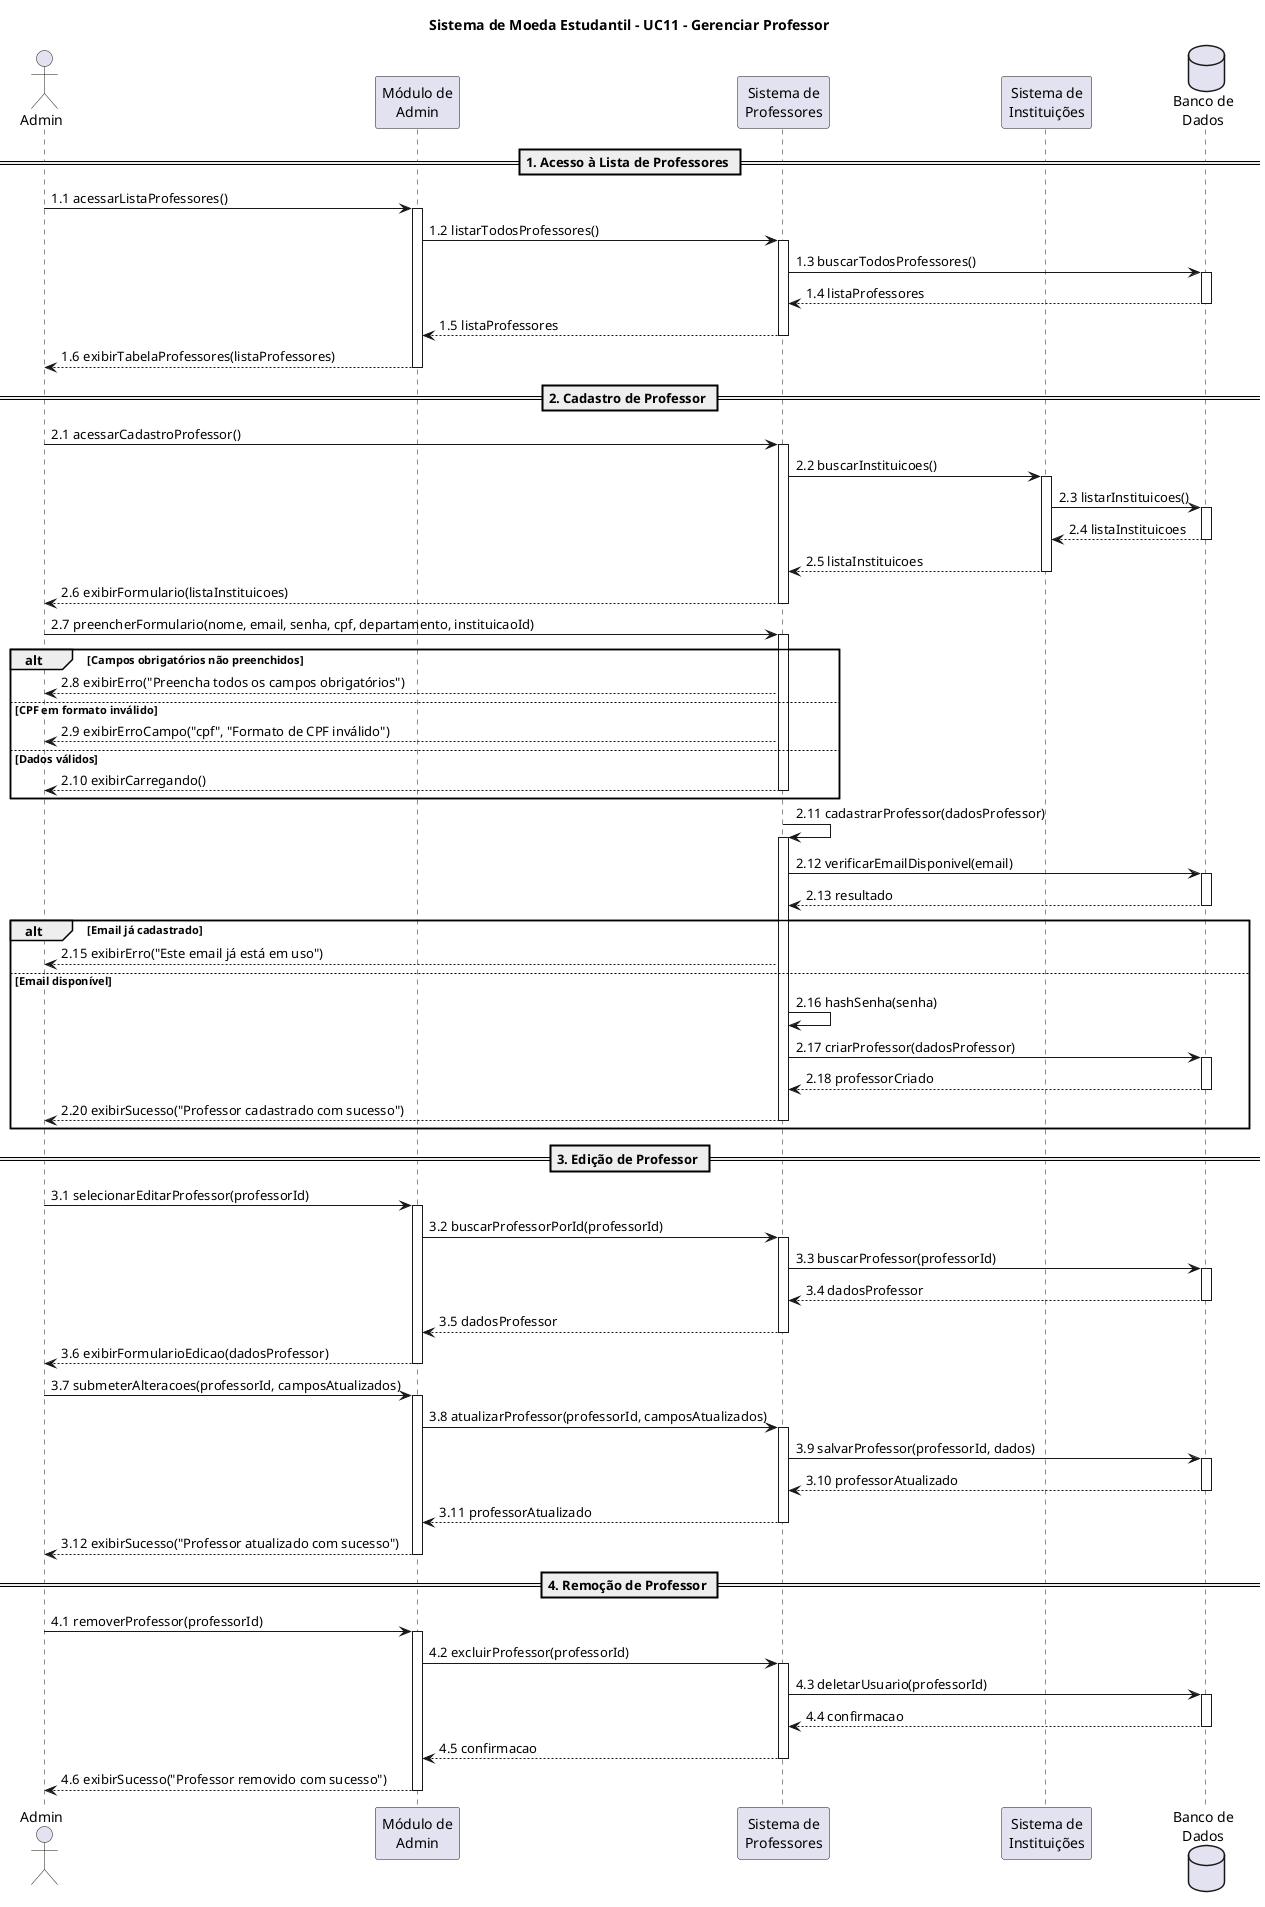
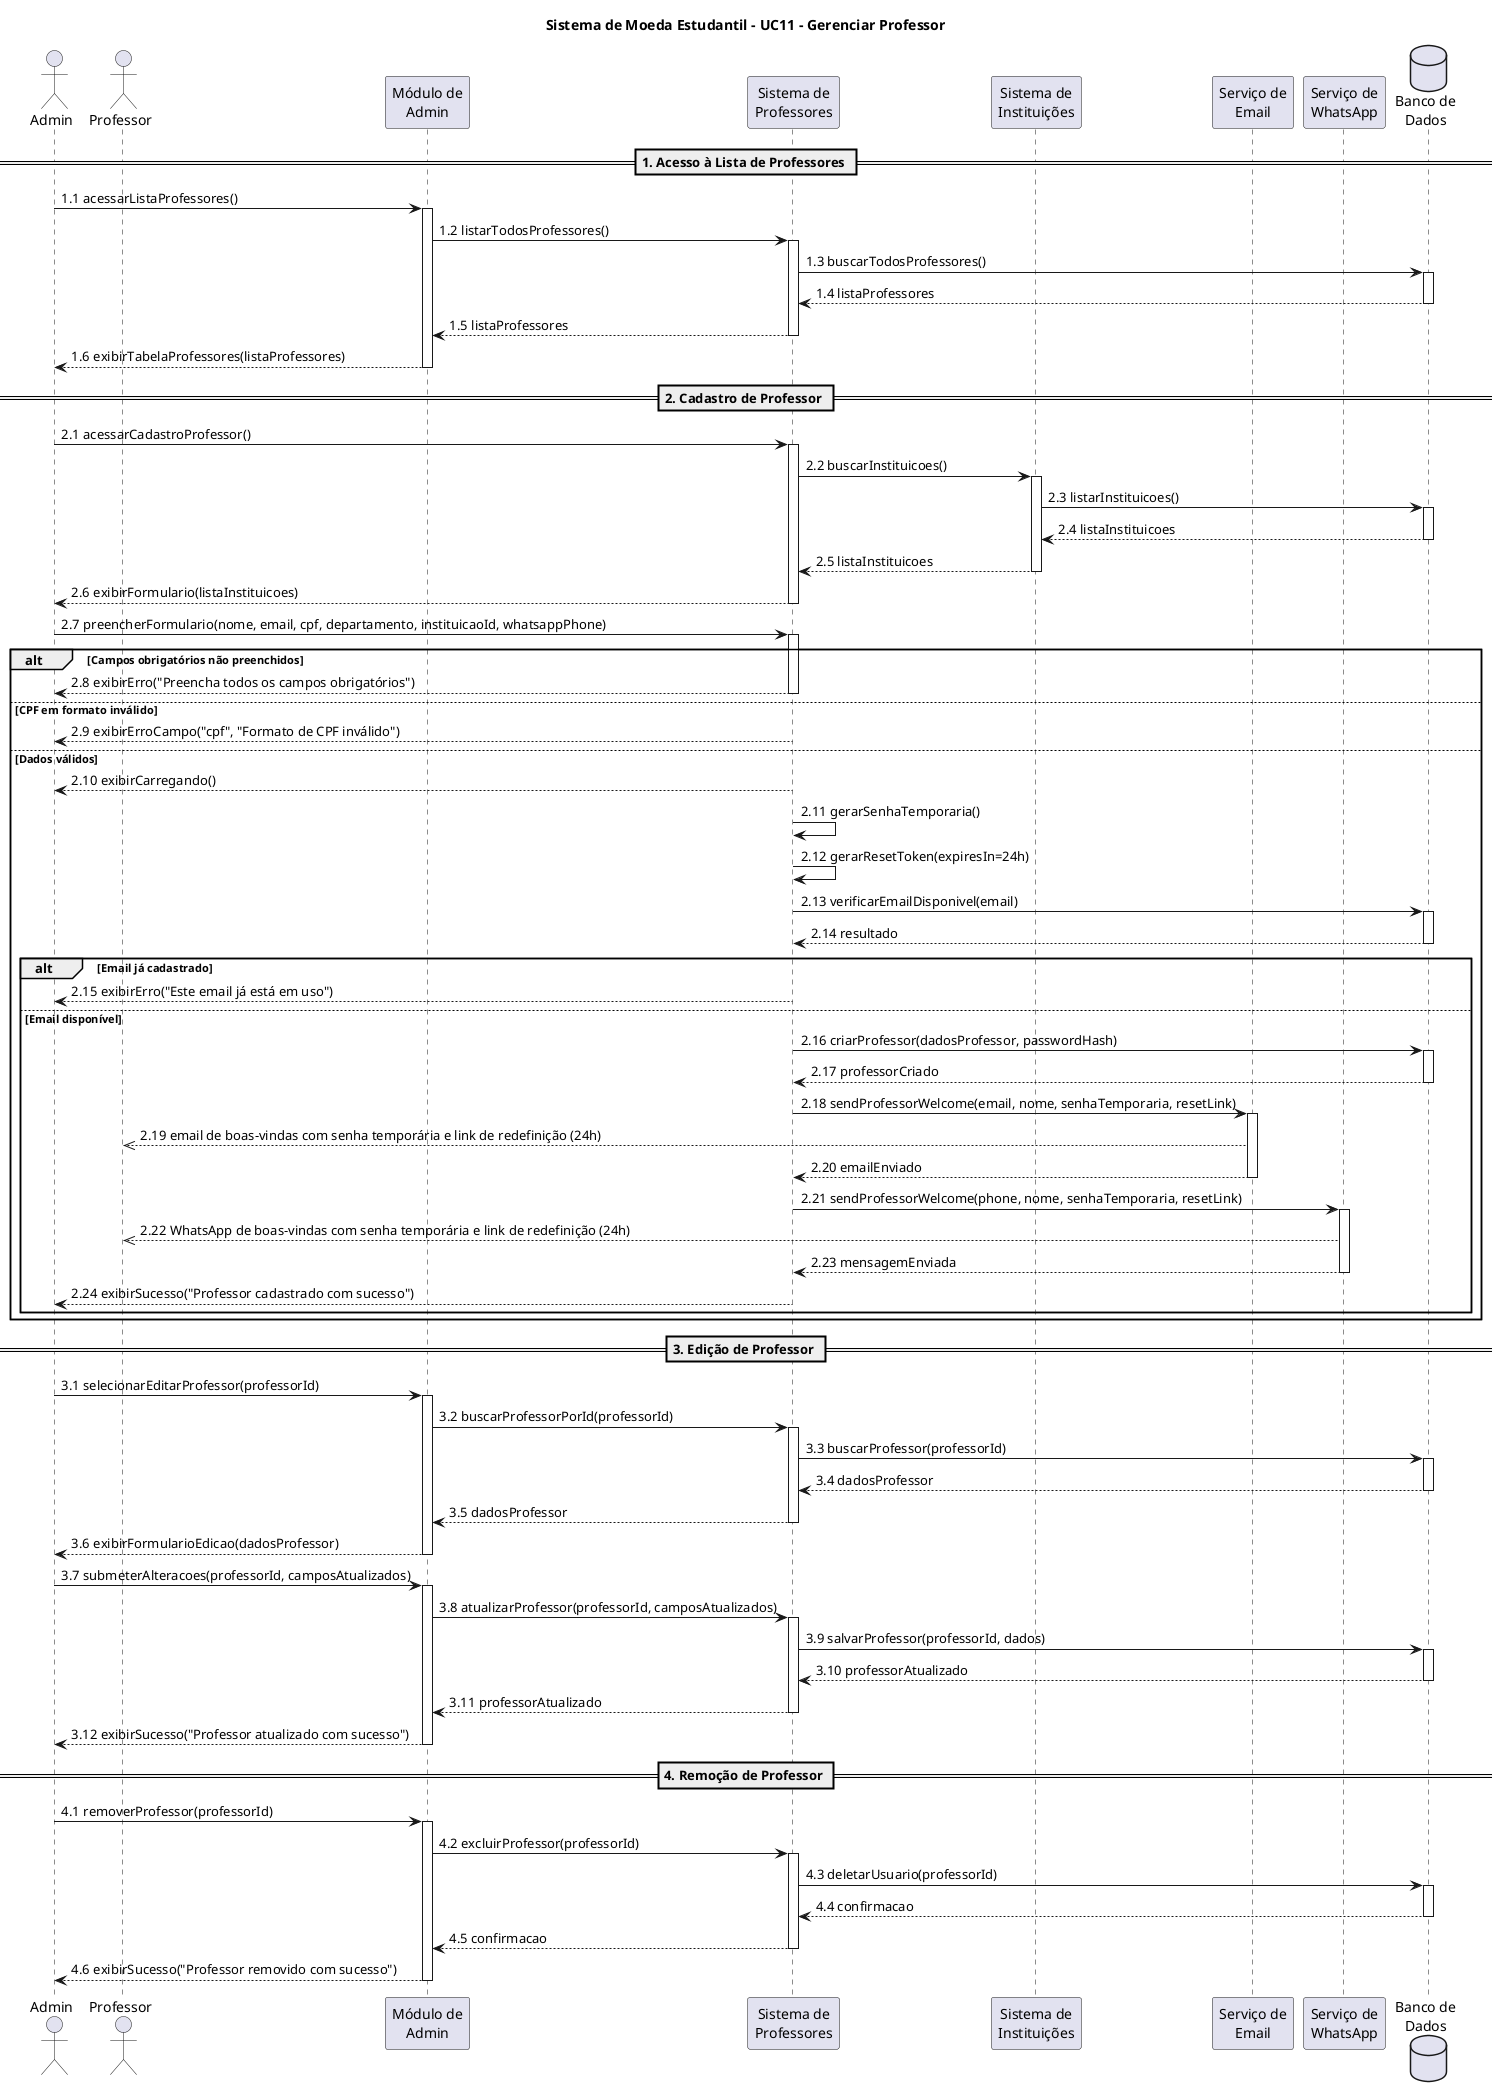
@startuml UC11-GerenciarProfessor
title Sistema de Moeda Estudantil - UC11 - Gerenciar Professor

actor "Admin" as ADM
+ actor "Professor" as PROF
participant "Módulo de\nAdmin" as MA
participant "Sistema de\nProfessores" as SP
participant "Sistema de\nInstituições" as SI
+ participant "Serviço de\nEmail" as SE
+ participant "Serviço de\nWhatsApp" as WA
database "Banco de\nDados" as BD

== 1. Acesso à Lista de Professores ==

ADM -> MA: 1.1 acessarListaProfessores()
activate MA
MA -> SP: 1.2 listarTodosProfessores()
activate SP
SP -> BD: 1.3 buscarTodosProfessores()
activate BD
BD --> SP: 1.4 listaProfessores
deactivate BD
SP --> MA: 1.5 listaProfessores
deactivate SP
MA --> ADM: 1.6 exibirTabelaProfessores(listaProfessores)
deactivate MA

== 2. Cadastro de Professor ==

ADM -> SP: 2.1 acessarCadastroProfessor()
activate SP
SP -> SI: 2.2 buscarInstituicoes()
activate SI
SI -> BD: 2.3 listarInstituicoes()
activate BD
BD --> SI: 2.4 listaInstituicoes
deactivate BD
SI --> SP: 2.5 listaInstituicoes
deactivate SI
SP --> ADM: 2.6 exibirFormulario(listaInstituicoes)
deactivate SP

- ADM -> SP: 2.7 preencherFormulario(nome, email, senha, cpf, departamento, instituicaoId)
+ ADM -> SP: 2.7 preencherFormulario(nome, email, cpf, departamento, instituicaoId, whatsappPhone)
activate SP

alt Campos obrigatórios não preenchidos
    SP --> ADM: 2.8 exibirErro("Preencha todos os campos obrigatórios")
+     deactivate SP

else CPF em formato inválido
    SP --> ADM: 2.9 exibirErroCampo("cpf", "Formato de CPF inválido")
+     deactivate SP

else Dados válidos
    SP --> ADM: 2.10 exibirCarregando()
-     deactivate SP
- end
+     SP -> SP: 2.11 gerarSenhaTemporaria()
+     SP -> SP: 2.12 gerarResetToken(expiresIn=24h)
+     SP -> BD: 2.13 verificarEmailDisponivel(email)
+     activate BD
+     BD --> SP: 2.14 resultado
+     deactivate BD

- SP -> SP: 2.11 cadastrarProfessor(dadosProfessor)
- activate SP
- SP -> BD: 2.12 verificarEmailDisponivel(email)
- activate BD
- BD --> SP: 2.13 resultado
- deactivate BD
+     alt Email já cadastrado
+         SP --> ADM: 2.15 exibirErro("Este email já está em uso")
+         deactivate SP

- alt Email já cadastrado
-     SP --> ADM: 2.15 exibirErro("Este email já está em uso")
- 
- 
- else Email disponível
-     SP -> SP: 2.16 hashSenha(senha)
-     SP -> BD: 2.17 criarProfessor(dadosProfessor)
-     activate BD
-     BD --> SP: 2.18 professorCriado
-     deactivate BD
-     SP --> ADM: 2.20 exibirSucesso("Professor cadastrado com sucesso")
-     deactivate SP
- 
+     else Email disponível
+         SP -> BD: 2.16 criarProfessor(dadosProfessor, passwordHash)
+         activate BD
+         BD --> SP: 2.17 professorCriado
+         deactivate BD
+         SP -> SE: 2.18 sendProfessorWelcome(email, nome, senhaTemporaria, resetLink)
+         activate SE
+         SE -->> PROF: 2.19 email de boas-vindas com senha temporária e link de redefinição (24h)
+         SE --> SP: 2.20 emailEnviado
+         deactivate SE
+         SP -> WA: 2.21 sendProfessorWelcome(phone, nome, senhaTemporaria, resetLink)
+         activate WA
+         WA -->> PROF: 2.22 WhatsApp de boas-vindas com senha temporária e link de redefinição (24h)
+         WA --> SP: 2.23 mensagemEnviada
+         deactivate WA
+         SP --> ADM: 2.24 exibirSucesso("Professor cadastrado com sucesso")
+         deactivate SP
+     end
end

== 3. Edição de Professor ==

ADM -> MA: 3.1 selecionarEditarProfessor(professorId)
activate MA
MA -> SP: 3.2 buscarProfessorPorId(professorId)
activate SP
SP -> BD: 3.3 buscarProfessor(professorId)
activate BD
BD --> SP: 3.4 dadosProfessor
deactivate BD
SP --> MA: 3.5 dadosProfessor
deactivate SP
MA --> ADM: 3.6 exibirFormularioEdicao(dadosProfessor)
deactivate MA

ADM -> MA: 3.7 submeterAlteracoes(professorId, camposAtualizados)
activate MA
MA -> SP: 3.8 atualizarProfessor(professorId, camposAtualizados)
activate SP
SP -> BD: 3.9 salvarProfessor(professorId, dados)
activate BD
BD --> SP: 3.10 professorAtualizado
deactivate BD
SP --> MA: 3.11 professorAtualizado
deactivate SP
MA --> ADM: 3.12 exibirSucesso("Professor atualizado com sucesso")
deactivate MA

== 4. Remoção de Professor ==

ADM -> MA: 4.1 removerProfessor(professorId)
activate MA
MA -> SP: 4.2 excluirProfessor(professorId)
activate SP
SP -> BD: 4.3 deletarUsuario(professorId)
activate BD
BD --> SP: 4.4 confirmacao
deactivate BD
SP --> MA: 4.5 confirmacao
deactivate SP
MA --> ADM: 4.6 exibirSucesso("Professor removido com sucesso")
deactivate MA

@enduml
